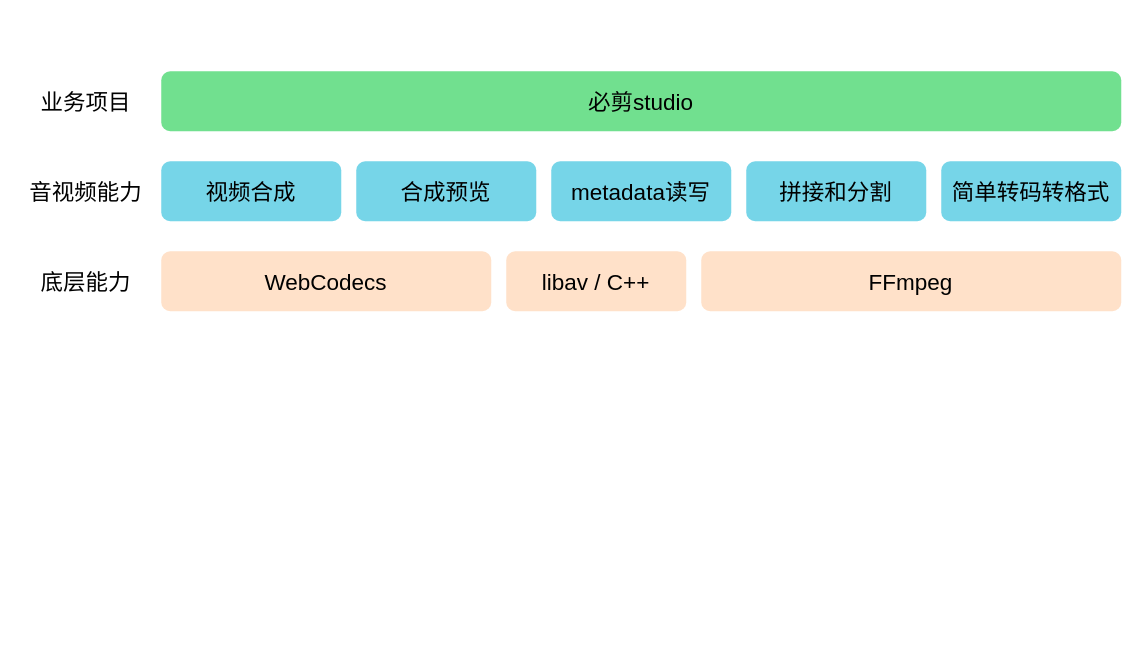
The draw.io diagram studio_struct.drawio in lqt0223/diagrams, before the edit. Source tidied: cells renumbered, new cells numbered last; positions are measured from the earlier drawing's top-left corner, leaving out a move shared by most shapes. Both pictures are drawn from the tidied source at 150%, with x=0, y=0 at pixel (26, 70).
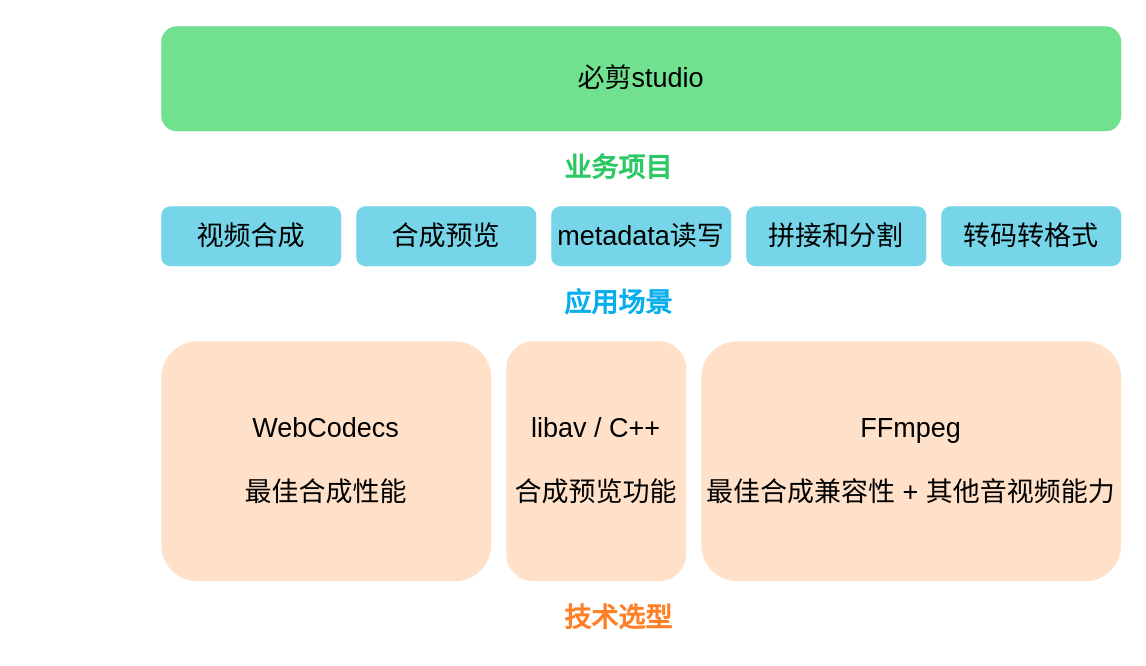
Above is the later version.

Diff of the diagram source:
```diff
@@
 <mxGraphModel>
   <root>
     <mxCell id="0" />
     <mxCell id="1" parent="0" />
-    <mxCell id="2" value="&lt;font style=&quot;font-size: 15px;&quot;&gt;必剪studio&lt;/font&gt;" style="rounded=1;whiteSpace=wrap;html=1;fontSize=15;fillColor=#71e08f;strokeColor=none;" parent="1" vertex="1">
-      <mxGeometry x="90" width="640" height="40" as="geometry" />
+    <mxCell id="2" value="&lt;font style=&quot;font-size: 18px;&quot;&gt;必剪studio&lt;/font&gt;" style="rounded=1;whiteSpace=wrap;html=1;fontSize=18;fillColor=#71e08f;strokeColor=none;" parent="1" vertex="1">
+      <mxGeometry x="90" y="-30" width="640" height="70" as="geometry" />
     </mxCell>
-    <mxCell id="3" value="&lt;font style=&quot;font-size: 15px;&quot;&gt;metadata读写&lt;/font&gt;" style="rounded=1;whiteSpace=wrap;html=1;fontSize=15;fillColor=#76d5e8;strokeColor=none;" parent="1" vertex="1">
-      <mxGeometry x="350" y="60" width="120" height="40" as="geometry" />
+    <mxCell id="3" value="&lt;font style=&quot;font-size: 18px;&quot;&gt;metadata读写&lt;/font&gt;" style="rounded=1;whiteSpace=wrap;html=1;fontSize=18;fillColor=#76d5e8;strokeColor=none;" parent="1" vertex="1">
+      <mxGeometry x="350" y="90" width="120" height="40" as="geometry" />
     </mxCell>
-    <mxCell id="4" value="&lt;font style=&quot;font-size: 15px;&quot;&gt;视频合成&lt;/font&gt;" style="rounded=1;whiteSpace=wrap;html=1;fontSize=15;fillColor=#76d5e8;strokeColor=none;" parent="1" vertex="1">
-      <mxGeometry x="90" y="60" width="120" height="40" as="geometry" />
+    <mxCell id="4" value="&lt;font style=&quot;font-size: 18px;&quot;&gt;视频合成&lt;/font&gt;" style="rounded=1;whiteSpace=wrap;html=1;fontSize=18;fillColor=#76d5e8;strokeColor=none;" parent="1" vertex="1">
+      <mxGeometry x="90" y="90" width="120" height="40" as="geometry" />
     </mxCell>
-    <mxCell id="5" value="&lt;font style=&quot;font-size: 15px;&quot;&gt;合成预览&lt;/font&gt;" style="rounded=1;whiteSpace=wrap;html=1;fontSize=15;fillColor=#76d5e8;strokeColor=none;" parent="1" vertex="1">
-      <mxGeometry x="220" y="60" width="120" height="40" as="geometry" />
+    <mxCell id="5" value="&lt;font style=&quot;font-size: 18px;&quot;&gt;合成预览&lt;/font&gt;" style="rounded=1;whiteSpace=wrap;html=1;fontSize=18;fillColor=#76d5e8;strokeColor=none;" parent="1" vertex="1">
+      <mxGeometry x="220" y="90" width="120" height="40" as="geometry" />
     </mxCell>
-    <mxCell id="6" value="&lt;font style=&quot;font-size: 15px;&quot;&gt;拼接和分割&lt;/font&gt;" style="rounded=1;whiteSpace=wrap;html=1;fontSize=15;fillColor=#76d5e8;strokeColor=none;" parent="1" vertex="1">
-      <mxGeometry x="480" y="60" width="120" height="40" as="geometry" />
+    <mxCell id="6" value="&lt;font style=&quot;font-size: 18px;&quot;&gt;拼接和分割&lt;/font&gt;" style="rounded=1;whiteSpace=wrap;html=1;fontSize=18;fillColor=#76d5e8;strokeColor=none;" parent="1" vertex="1">
+      <mxGeometry x="480" y="90" width="120" height="40" as="geometry" />
     </mxCell>
-    <mxCell id="7" value="&lt;font style=&quot;font-size: 15px;&quot;&gt;简单转码转格式&lt;/font&gt;" style="rounded=1;whiteSpace=wrap;html=1;fontSize=15;fillColor=#76d5e8;strokeColor=none;" parent="1" vertex="1">
-      <mxGeometry x="610" y="60" width="120" height="40" as="geometry" />
+    <mxCell id="7" value="&lt;font style=&quot;font-size: 18px;&quot;&gt;转码转格式&lt;/font&gt;" style="rounded=1;whiteSpace=wrap;html=1;fontSize=18;fillColor=#76d5e8;strokeColor=none;" parent="1" vertex="1">
+      <mxGeometry x="610" y="90" width="120" height="40" as="geometry" />
     </mxCell>
-    <mxCell id="8" value="&lt;font style=&quot;font-size: 15px;&quot;&gt;WebCodecs&lt;/font&gt;" style="rounded=1;whiteSpace=wrap;html=1;fontSize=15;fillColor=#ffe1c9;strokeColor=none;" parent="1" vertex="1">
-      <mxGeometry x="90" y="120" width="220" height="40" as="geometry" />
+    <mxCell id="8" value="&lt;font style=&quot;font-size: 18px;&quot;&gt;WebCodecs&lt;/font&gt;&lt;div style=&quot;font-size: 18px;&quot;&gt;&lt;br style=&quot;font-size: 18px;&quot;&gt;&lt;/div&gt;&lt;div style=&quot;font-size: 18px;&quot;&gt;最佳合成性能&lt;/div&gt;" style="rounded=1;whiteSpace=wrap;html=1;fontSize=18;fillColor=#ffe1c9;strokeColor=none;" parent="1" vertex="1">
+      <mxGeometry x="90" y="180" width="220" height="160" as="geometry" />
     </mxCell>
-    <mxCell id="9" value="&lt;font style=&quot;font-size: 15px;&quot;&gt;FFmpeg&lt;/font&gt;" style="rounded=1;whiteSpace=wrap;html=1;fontSize=15;fillColor=#ffe1c9;strokeColor=none;" parent="1" vertex="1">
-      <mxGeometry x="450" y="120" width="280" height="40" as="geometry" />
+    <mxCell id="9" value="&lt;font style=&quot;font-size: 18px;&quot;&gt;FFmpeg&lt;/font&gt;&lt;div style=&quot;font-size: 18px;&quot;&gt;&lt;font style=&quot;font-size: 18px;&quot;&gt;&lt;br style=&quot;font-size: 18px;&quot;&gt;&lt;/font&gt;&lt;/div&gt;&lt;div style=&quot;font-size: 18px;&quot;&gt;&lt;font style=&quot;font-size: 18px;&quot;&gt;最佳合成兼容性 + 其他音视频能力&lt;/font&gt;&lt;/div&gt;" style="rounded=1;whiteSpace=wrap;html=1;fontSize=18;fillColor=#ffe1c9;strokeColor=none;" parent="1" vertex="1">
+      <mxGeometry x="450" y="180" width="280" height="160" as="geometry" />
     </mxCell>
-    <mxCell id="10" value="libav / C++" style="rounded=1;whiteSpace=wrap;html=1;fontSize=15;fillColor=#ffe1c9;strokeColor=none;" parent="1" vertex="1">
-      <mxGeometry x="320" y="120" width="120" height="40" as="geometry" />
+    <mxCell id="10" value="libav / C++&lt;div style=&quot;font-size: 18px;&quot;&gt;&lt;br style=&quot;font-size: 18px;&quot;&gt;&lt;/div&gt;&lt;div style=&quot;font-size: 18px;&quot;&gt;合成预览功能&lt;/div&gt;" style="rounded=1;whiteSpace=wrap;html=1;fontSize=18;fillColor=#ffe1c9;strokeColor=none;" parent="1" vertex="1">
+      <mxGeometry x="320" y="180" width="120" height="160" as="geometry" />
     </mxCell>
-    <mxCell id="11" value="业务项目" style="text;html=1;align=center;verticalAlign=middle;whiteSpace=wrap;rounded=0;fontSize=15;" parent="1" vertex="1">
-      <mxGeometry y="5" width="80" height="30" as="geometry" />
+    <mxCell id="11" value="业务项目" style="text;html=1;align=center;verticalAlign=middle;whiteSpace=wrap;rounded=0;fontColor=#2bc864;fontSize=18;fontStyle=1;" parent="1" vertex="1">
+      <mxGeometry x="335" y="50" width="120" height="30" as="geometry" />
     </mxCell>
-    <mxCell id="12" value="底层能力" style="text;html=1;align=center;verticalAlign=middle;whiteSpace=wrap;rounded=0;fontSize=15;" parent="1" vertex="1">
-      <mxGeometry y="125" width="80" height="30" as="geometry" />
-    </mxCell>
-    <mxCell id="13" value="音视频能力" style="text;html=1;align=center;verticalAlign=middle;whiteSpace=wrap;rounded=0;fontSize=15;" parent="1" vertex="1">
-      <mxGeometry y="65" width="80" height="30" as="geometry" />
-    </mxCell>
+    <mxCell id="14" value="应用场景" style="text;html=1;align=center;verticalAlign=middle;whiteSpace=wrap;rounded=0;fontColor=#06aeec;fontSize=18;fontStyle=1;" parent="1" vertex="1">
+      <mxGeometry x="335" y="140" width="120" height="30" as="geometry" />
+    </mxCell>
+    <mxCell id="15" value="技术选型" style="text;html=1;align=center;verticalAlign=middle;whiteSpace=wrap;rounded=0;fontColor=#ff7f24;fontSize=18;fontStyle=1;" parent="1" vertex="1">
+      <mxGeometry x="335" y="350" width="120" height="30" as="geometry" />
+    </mxCell>
   </root>
 </mxGraphModel>
```
